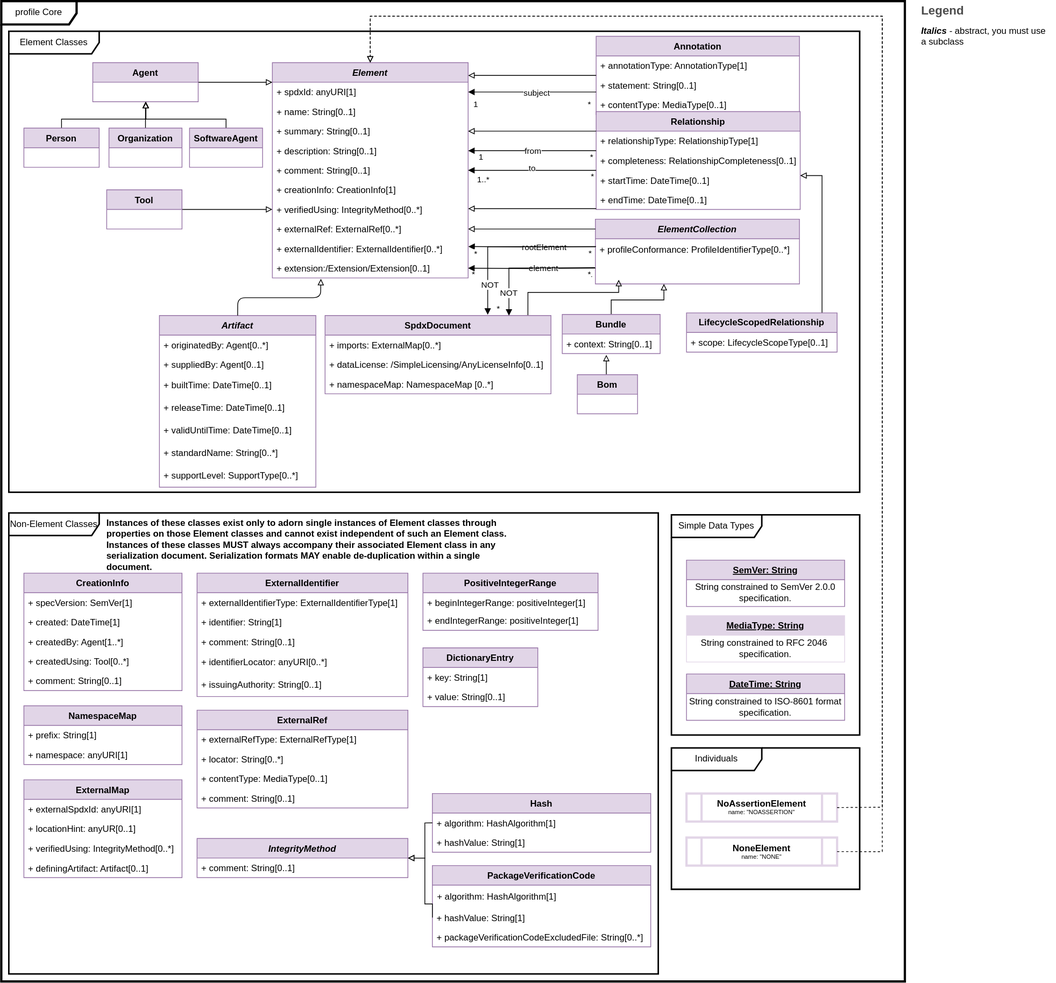
Above: model Core.svg in spdx/spdx-3-model (draw.io), before the change. Source tidied: cells renumbered, new cells last; positions are measured from the earlier drawing's top-left corner, leaving out a move shared by most shapes.
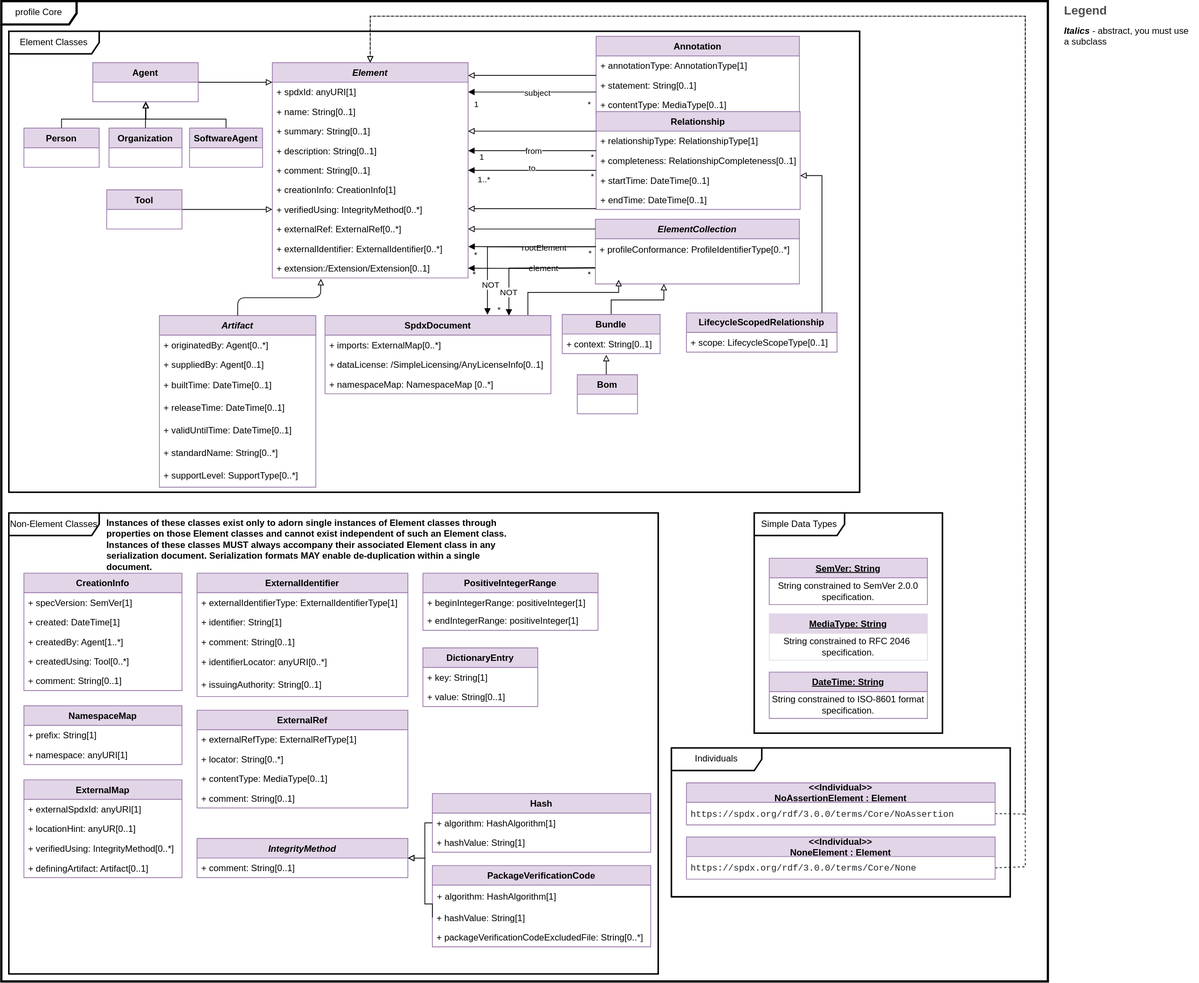
The same file after the commit.

Diff of the diagram source:
```diff
@@ -3,13 +3,13 @@
     <mxCell id="0" />
     <mxCell id="1" parent="0" />
     <mxCell id="2" value="profile Core" style="shape=umlFrame;whiteSpace=wrap;html=1;width=100;height=31;strokeWidth=3;" parent="1" vertex="1">
-      <mxGeometry width="1200" height="1302.5" as="geometry" />
+      <mxGeometry width="1390" height="1302.5" as="geometry" />
     </mxCell>
     <mxCell id="3" value="Element Classes" style="shape=umlFrame;whiteSpace=wrap;html=1;width=120;height=30;strokeWidth=2;" parent="1" vertex="1">
       <mxGeometry x="10" y="40" width="1130" height="612.5" as="geometry" />
     </mxCell>
     <mxCell id="4" value="Simple Data Types" style="shape=umlFrame;whiteSpace=wrap;html=1;width=120;height=30;strokeWidth=2;" parent="1" vertex="1">
-      <mxGeometry x="890" y="682.5" width="250" height="292.5" as="geometry" />
+      <mxGeometry x="1000" y="680" width="250" height="292.5" as="geometry" />
     </mxCell>
     <mxCell id="5" value="Element" style="swimlane;fontStyle=3;horizontal=1;startSize=26;fillColor=#e1d5e7;strokeColor=#9673a6;" parent="1" vertex="1">
       <mxGeometry x="360" y="81.8" width="260" height="286" as="geometry" />
@@ -245,10 +245,10 @@
       </mxGeometry>
     </mxCell>
     <mxCell id="61" value="Legend" style="align=left;fontSize=16;fontStyle=1;strokeColor=none;fillColor=none;fontColor=#4D4D4D;spacingTop=-8;" parent="1" vertex="1">
-      <mxGeometry x="1220" width="180" height="30" as="geometry" />
+      <mxGeometry x="1410" width="180" height="30" as="geometry" />
     </mxCell>
     <mxCell id="62" style="shape=table;html=1;whiteSpace=wrap;startSize=0;fillColor=none;align=left;spacingLeft=10;strokeColor=none;rounded=1;arcSize=11;fontColor=#FFFFFF;" parent="1" vertex="1">
-      <mxGeometry x="1210" y="30" width="180" height="30" as="geometry" />
+      <mxGeometry x="1400" y="30" width="180" height="30" as="geometry" />
     </mxCell>
     <mxCell id="63" value="&lt;i style=&quot;&quot;&gt;&lt;b&gt;Italics &lt;/b&gt;- &lt;/i&gt;abstract, you must use a subclass" style="shape=partialRectangle;html=1;whiteSpace=wrap;top=0;left=0;bottom=0;right=0;overflow=hidden;align=left;spacingLeft=10;" parent="62" vertex="1">
       <mxGeometry width="180" height="30" as="geometry" />
@@ -375,13 +375,13 @@
       <mxGeometry y="104" width="280" height="26" as="geometry" />
     </mxCell>
     <mxCell id="95" value="SemVer: String" style="swimlane;fontStyle=5;horizontal=1;startSize=26;fillColor=#e1d5e7;strokeColor=#9673a6;" parent="1" vertex="1">
-      <mxGeometry x="910" y="742.7" width="210" height="61.6" as="geometry" />
+      <mxGeometry x="1020" y="740.2" width="210" height="61.6" as="geometry" />
     </mxCell>
     <mxCell id="96" value="String constrained to SemVer 2.0.0 specification." style="text;html=1;strokeColor=none;fillColor=none;align=center;verticalAlign=middle;whiteSpace=wrap;rounded=0;" parent="95" vertex="1">
       <mxGeometry y="26" width="210" height="35.6" as="geometry" />
     </mxCell>
     <mxCell id="97" value="MediaType: String" style="swimlane;fontStyle=5;horizontal=1;startSize=26;fillColor=#e1d5e7;strokeColor=#e2d5e7;" parent="1" vertex="1">
-      <mxGeometry x="910" y="816.5" width="210" height="61.6" as="geometry" />
+      <mxGeometry x="1020" y="814" width="210" height="61.6" as="geometry" />
     </mxCell>
     <mxCell id="98" value="String constrained to RFC 2046&amp;nbsp; specification." style="text;html=1;strokeColor=none;fillColor=none;align=center;verticalAlign=middle;whiteSpace=wrap;rounded=0;" parent="97" vertex="1">
       <mxGeometry y="26" width="210" height="35.6" as="geometry" />
@@ -519,7 +519,7 @@
       <mxGeometry y="52" width="152.5" height="26" as="geometry" />
     </mxCell>
     <mxCell id="135" value="DateTime: String" style="swimlane;fontStyle=5;horizontal=1;startSize=26;fillColor=#e1d5e7;strokeColor=#9673a6;" parent="1" vertex="1">
-      <mxGeometry x="910" y="893.9" width="210" height="61.6" as="geometry" />
+      <mxGeometry x="1020" y="891.4" width="210" height="61.6" as="geometry" />
     </mxCell>
     <mxCell id="136" value="String constrained to ISO-8601 format specification." style="text;html=1;strokeColor=none;fillColor=none;align=center;verticalAlign=middle;whiteSpace=wrap;rounded=0;" parent="135" vertex="1">
       <mxGeometry y="26" width="210" height="35.6" as="geometry" />
@@ -546,31 +546,37 @@
       </mxGeometry>
     </mxCell>
     <mxCell id="142" value="Individuals" style="shape=umlFrame;whiteSpace=wrap;html=1;width=120;height=30;strokeWidth=2;" parent="1" vertex="1">
-      <mxGeometry x="890" y="992.2" width="250" height="187.8" as="geometry" />
+      <mxGeometry x="890" y="992.2" width="450" height="197.8" as="geometry" />
     </mxCell>
-    <mxCell id="143" value="&lt;b&gt;NoAssertionElement&lt;/b&gt;&lt;div style=&quot;font-size: 8px;&quot;&gt;name: &quot;NOASSERTION&quot;&lt;/div&gt;" style="shape=process;whiteSpace=wrap;html=1;backgroundOutline=1;strokeColor=#e2d5e7;strokeWidth=3;" parent="1" vertex="1">
-      <mxGeometry x="910" y="1052.8" width="200" height="37.2" as="geometry" />
-    </mxCell>
-    <mxCell id="144" value="&lt;b&gt;NoneElement&lt;/b&gt;&lt;div style=&quot;font-size: 8px;&quot;&gt;name: &quot;NONE&quot;&lt;/div&gt;" style="shape=process;whiteSpace=wrap;html=1;backgroundOutline=1;strokeColor=#e2d5e7;strokeWidth=3;" parent="1" vertex="1">
-      <mxGeometry x="910" y="1111.2" width="200" height="37.2" as="geometry" />
-    </mxCell>
-    <mxCell id="145" style="endArrow=block;html=1;rounded=0;exitX=1;exitY=0.5;exitDx=0;exitDy=0;entryX=0.5;entryY=0;entryDx=0;entryDy=0;endFill=0;dashed=1;" parent="1" edge="1" source="143" target="5">
+    <mxCell id="145" style="endArrow=block;html=1;rounded=0;exitX=1;exitY=0.5;exitDx=0;exitDy=0;entryX=0.5;entryY=0;entryDx=0;entryDy=0;endFill=0;dashed=1;" parent="1" edge="1" source="148" target="5">
       <mxGeometry relative="1" as="geometry">
         <Array as="points">
-          <mxPoint x="1170" y="1071" />
-          <mxPoint x="1170" y="20" />
+          <mxPoint x="1360" y="1080" />
+          <mxPoint x="1360" y="20" />
           <mxPoint x="490" y="20" />
         </Array>
       </mxGeometry>
     </mxCell>
-    <mxCell id="146" style="endArrow=block;html=1;rounded=0;exitX=1;exitY=0.5;exitDx=0;exitDy=0;entryX=0.5;entryY=0;entryDx=0;entryDy=0;endFill=0;dashed=1;" parent="1" edge="1" source="144" target="5">
+    <mxCell id="146" style="endArrow=block;html=1;rounded=0;exitX=1;exitY=0.5;exitDx=0;exitDy=0;entryX=0.5;entryY=0;entryDx=0;entryDy=0;endFill=0;dashed=1;" parent="1" edge="1" source="150" target="5">
       <mxGeometry relative="1" as="geometry">
         <Array as="points">
-          <mxPoint x="1170" y="1130" />
-          <mxPoint x="1170" y="20" />
+          <mxPoint x="1360" y="1150" />
+          <mxPoint x="1360" y="20" />
           <mxPoint x="490" y="20" />
         </Array>
       </mxGeometry>
     </mxCell>
+    <mxCell id="147" value="&lt;&lt;Individual&gt;&gt;&#10;NoAssertionElement : Element" style="swimlane;fontStyle=1;horizontal=1;startSize=26;fillColor=#e1d5e7;strokeColor=#9673a6;" parent="1" vertex="1">
+      <mxGeometry x="910" y="1038.5" width="410" height="56" as="geometry" />
+    </mxCell>
+    <mxCell id="148" value="&lt;span style=&quot;color: rgb(31, 35, 40); font-family: ui-monospace, SFMono-Regular, &amp;quot;SF Mono&amp;quot;, Menlo, Consolas, &amp;quot;Liberation Mono&amp;quot;, monospace; font-size: 11.9px; white-space-collapse: break-spaces; background-color: rgb(255, 255, 255);&quot;&gt;https://spdx.org/rdf/3.0.0/terms/Core/NoAssertion&lt;/span&gt;" style="text;strokeColor=none;fillColor=none;align=left;verticalAlign=middle;spacingLeft=4;spacingRight=4;overflow=hidden;points=[[0,0.5],[1,0.5]];portConstraint=eastwest;whiteSpace=wrap;html=1;" parent="147" vertex="1">
+      <mxGeometry y="26" width="410" height="30" as="geometry" />
+    </mxCell>
+    <mxCell id="149" value="&lt;&lt;Individual&gt;&gt;&#10;NoneElement : Element" style="swimlane;fontStyle=1;horizontal=1;startSize=26;fillColor=#e1d5e7;strokeColor=#9673a6;" parent="1" vertex="1">
+      <mxGeometry x="910" y="1110.5" width="410" height="56" as="geometry" />
+    </mxCell>
+    <mxCell id="150" value="&lt;span style=&quot;color: rgb(31, 35, 40); font-family: ui-monospace, SFMono-Regular, &amp;quot;SF Mono&amp;quot;, Menlo, Consolas, &amp;quot;Liberation Mono&amp;quot;, monospace; font-size: 11.9px; white-space-collapse: break-spaces; background-color: rgb(255, 255, 255);&quot;&gt;https://spdx.org/rdf/3.0.0/terms/Core/None&lt;/span&gt;" style="text;strokeColor=none;fillColor=none;align=left;verticalAlign=middle;spacingLeft=4;spacingRight=4;overflow=hidden;points=[[0,0.5],[1,0.5]];portConstraint=eastwest;whiteSpace=wrap;html=1;" parent="149" vertex="1">
+      <mxGeometry y="26" width="410" height="30" as="geometry" />
+    </mxCell>
   </root>
 </mxGraphModel>
```
